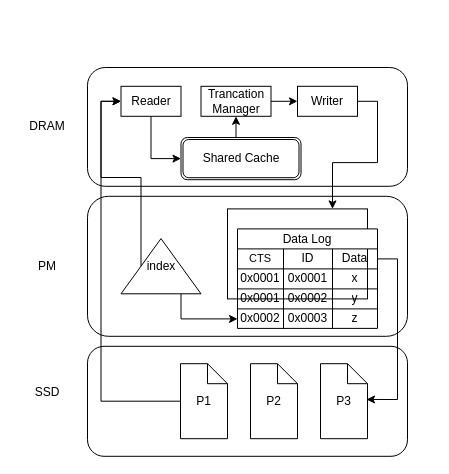
The draw.io diagram PMDB.drawio in rehoboan/Draw-Files, before the edit. Source tidied: cells renumbered, new cells numbered last; positions are measured from the earlier drawing's top-left corner, leaving out a move shared by most shapes. Both pictures are drawn from the tidied source at 100%, with x=0, y=0 at pixel (17, 67).
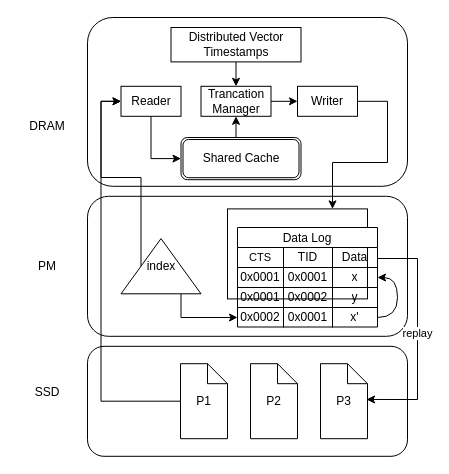
The same diagram, later.

The change refers to these unchanged cells:
```xml
<mxCell id="8" value="Trancation Manager" style="rounded=0;whiteSpace=wrap;html=1;" parent="1" vertex="1">
  <mxGeometry x="183.5" y="18.8" width="70" height="30" as="geometry" />
</mxCell>
<mxCell id="10" value="Writer" style="rounded=0;whiteSpace=wrap;html=1;" parent="1" vertex="1">
  <mxGeometry x="280" y="18.8" width="60" height="30" as="geometry" />
</mxCell>
<mxCell id="11" value="P3" style="shape=note;size=20;whiteSpace=wrap;html=1;" parent="1" vertex="1">
  <mxGeometry x="303" y="296.2" width="47" height="75" as="geometry" />
</mxCell>
<mxCell id="13" style="rounded=0;whiteSpace=wrap;html=1;" parent="1" vertex="1">
  <mxGeometry x="210" y="141.4" width="140" height="90" as="geometry" />
</mxCell>
<mxCell id="15" style="shape=tableRow;horizontal=0;startSize=0;swimlaneHead=0;swimlaneBody=0;strokeColor=inherit;top=0;left=0;bottom=0;right=0;fillColor=none;points=[[0,0.5],[1,0.5]];portConstraint=eastwest;fontSize=12;" parent="14" vertex="1">
  <mxGeometry y="20" width="140" height="20" as="geometry" />
</mxCell>
<mxCell id="19" style="shape=tableRow;horizontal=0;startSize=0;swimlaneHead=0;swimlaneBody=0;strokeColor=inherit;top=0;left=0;bottom=0;right=0;fillColor=none;points=[[0,0.5],[1,0.5]];portConstraint=eastwest;fontSize=12;" parent="14" vertex="1">
  <mxGeometry y="40" width="140" height="20" as="geometry" />
</mxCell>
<mxCell id="27" style="shape=tableRow;horizontal=0;startSize=0;swimlaneHead=0;swimlaneBody=0;strokeColor=inherit;top=0;left=0;bottom=0;right=0;fillColor=none;points=[[0,0.5],[1,0.5]];portConstraint=eastwest;fontSize=12;" parent="14" vertex="1">
  <mxGeometry y="80" width="140" height="20" as="geometry" />
</mxCell>
```

What changed in the source:
```diff
@@
     <mxCell id="2" style="rounded=1;whiteSpace=wrap;html=1;" parent="1" vertex="1">
-      <mxGeometry x="70" width="320" height="118.8" as="geometry" />
+      <mxGeometry x="70" y="-50" width="320" height="168.8" as="geometry" />
     </mxCell>
@@
+    <mxCell id="42" style="edgeStyle=orthogonalEdgeStyle;rounded=0;jettySize=auto;html=1;exitX=1;exitY=0.5;exitDx=0;exitDy=0;entryX=1;entryY=0.5;entryDx=0;entryDy=0;curved=1;" parent="1" edge="1" source="27" target="19">
+      <mxGeometry relative="1" as="geometry" />
+    </mxCell>
@@
     <mxCell id="9" style="edgeStyle=orthogonalEdgeStyle;rounded=0;jettySize=auto;html=1;exitX=1;exitY=0.5;exitDx=0;exitDy=0;entryX=0.75;entryY=0;entryDx=0;entryDy=0;" parent="1" edge="1" source="10" target="13">
-      <mxGeometry relative="1" as="geometry" />
+      <mxGeometry relative="1" as="geometry">
+        <Array as="points">
+          <mxPoint x="370" y="34" />
+          <mxPoint x="370" y="95" />
+          <mxPoint x="315" y="95" />
+        </Array>
+      </mxGeometry>
     </mxCell>
@@
     <mxCell id="14" value="Data Log" style="shape=table;startSize=20;childLayout=tableLayout;strokeColor=default;fontSize=12;labelBorderColor=none;labelBackgroundColor=none;" parent="1" vertex="1">
-      <mxGeometry x="220" y="161.4" width="140" height="99.5" as="geometry" />
+      <mxGeometry x="220" y="160" width="140" height="99.5" as="geometry" />
     </mxCell>
@@
-    <mxCell id="17" value="&lt;font style=&quot;font-size: 12px;&quot;&gt;ID&lt;/font&gt;" style="shape=partialRectangle;html=1;whiteSpace=wrap;strokeColor=inherit;overflow=hidden;fillColor=none;top=0;left=0;bottom=0;right=0;fontSize=12;" parent="15" vertex="1">
+    <mxCell id="17" value="&lt;font style=&quot;font-size: 12px;&quot;&gt;TID&lt;/font&gt;" style="shape=partialRectangle;html=1;whiteSpace=wrap;strokeColor=inherit;overflow=hidden;fillColor=none;top=0;left=0;bottom=0;right=0;fontSize=12;" parent="15" vertex="1">
       <mxGeometry x="46" width="49" height="20" as="geometry" />
     </mxCell>
@@
-    <mxCell id="29" value="0x0003" style="shape=partialRectangle;html=1;whiteSpace=wrap;strokeColor=inherit;overflow=hidden;fillColor=none;top=0;left=0;bottom=0;right=0;fontSize=12;" parent="27" vertex="1">
+    <mxCell id="29" value="0x0001" style="shape=partialRectangle;html=1;whiteSpace=wrap;strokeColor=inherit;overflow=hidden;fillColor=none;top=0;left=0;bottom=0;right=0;fontSize=12;" parent="27" vertex="1">
       <mxGeometry x="46" width="49" height="20" as="geometry" />
     </mxCell>
-    <mxCell id="30" value="z" style="shape=partialRectangle;html=1;whiteSpace=wrap;strokeColor=inherit;overflow=hidden;fillColor=none;top=0;left=0;bottom=0;right=0;fontSize=12;" parent="27" vertex="1">
+    <mxCell id="30" value="x'" style="shape=partialRectangle;html=1;whiteSpace=wrap;strokeColor=inherit;overflow=hidden;fillColor=none;top=0;left=0;bottom=0;right=0;fontSize=12;" parent="27" vertex="1">
       <mxGeometry x="95" width="45" height="20" as="geometry" />
     </mxCell>
@@
-    <mxCell id="38" style="edgeStyle=orthogonalEdgeStyle;rounded=0;jettySize=auto;html=1;exitX=1;exitY=0.5;exitDx=0;exitDy=0;entryX=0.979;entryY=0.477;entryDx=0;entryDy=0;entryPerimeter=0;" parent="1" edge="1" source="15" target="11">
-      <mxGeometry relative="1" as="geometry" />
+    <mxCell id="38" value="replay" style="edgeStyle=orthogonalEdgeStyle;rounded=0;jettySize=auto;html=1;exitX=1;exitY=0.5;exitDx=0;exitDy=0;entryX=0.979;entryY=0.477;entryDx=0;entryDy=0;entryPerimeter=0;" parent="1" edge="1" source="15" target="11">
+      <mxGeometry relative="1" as="geometry">
+        <Array as="points">
+          <mxPoint x="400" y="191" />
+          <mxPoint x="400" y="332" />
+        </Array>
+      </mxGeometry>
     </mxCell>
@@
+    <mxCell id="43" style="rounded=0;jettySize=auto;html=1;entryX=0.5;entryY=0;entryDx=0;entryDy=0;exitX=0.5;exitY=1;exitDx=0;exitDy=0;" parent="1" edge="1" source="44" target="8">
+      <mxGeometry relative="1" as="geometry" />
+    </mxCell>
+    <mxCell id="44" value="Distributed Vector Timestamps" style="rounded=0;whiteSpace=wrap;html=1;" parent="1" vertex="1">
+      <mxGeometry x="153.5" y="-40" width="130" height="34.4" as="geometry" />
+    </mxCell>
```
